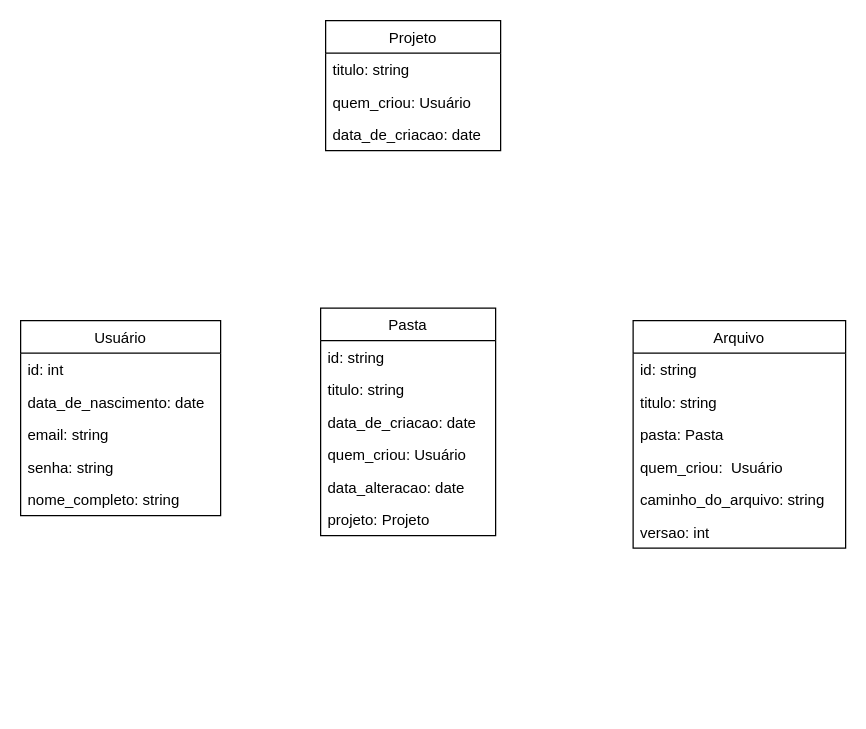
diaszin/GeD keeps this draw.io diagram as UML.drawio. Above is the earlier version. Source tidied: cells renumbered, new cells numbered last; positions are measured from the earlier drawing's top-left corner, leaving out a move shared by most shapes. Both pictures are drawn from the tidied source at 125%, with x=0, y=0 at pixel (20, 20).
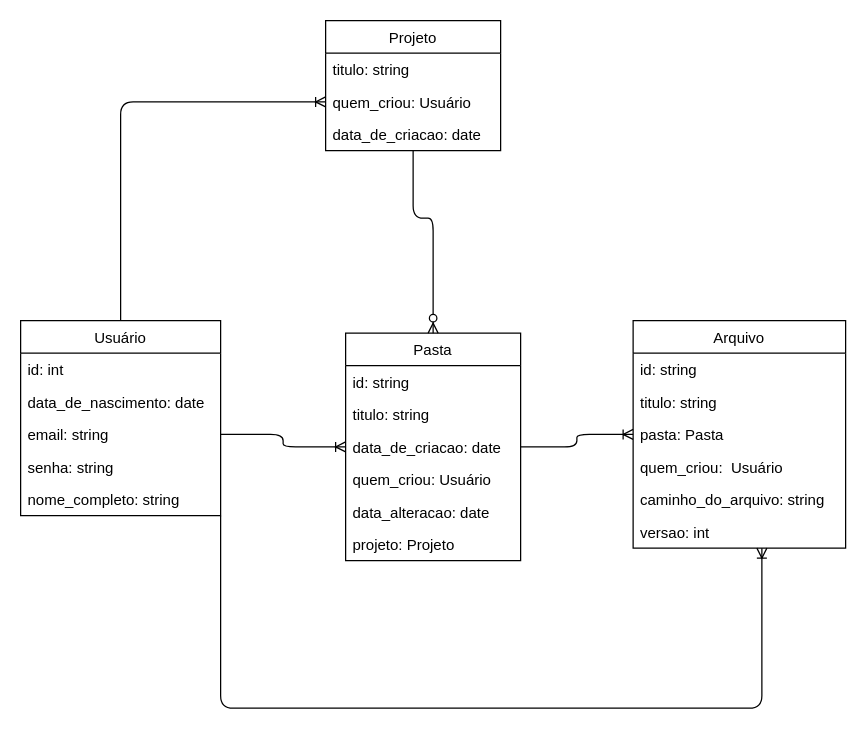
The same page after the edit.

Commit message:
Add relacionamento nas entidades

Unchanged cells that the change refers to:
```xml
<mxCell id="2" value="Usuário" style="swimlane;fontStyle=0;horizontal=1;startSize=26;fillColor=none;" parent="1" vertex="1">
  <mxGeometry y="240" width="160" height="156" as="geometry" />
</mxCell>
<mxCell id="5" value="email: string" style="text;strokeColor=none;fillColor=none;align=left;verticalAlign=top;spacingLeft=4;spacingRight=4;overflow=hidden;points=[[0,0.5],[1,0.5]];portConstraint=eastwest;" parent="2" vertex="1">
  <mxGeometry y="78" width="160" height="26" as="geometry" />
</mxCell>
<mxCell id="7" value="nome_completo: string" style="text;strokeColor=none;fillColor=none;align=left;verticalAlign=top;spacingLeft=4;spacingRight=4;overflow=hidden;points=[[0,0.5],[1,0.5]];portConstraint=eastwest;" parent="2" vertex="1">
  <mxGeometry y="130" width="160" height="26" as="geometry" />
</mxCell>
<mxCell id="11" value="data_de_criacao: date" style="text;strokeColor=none;fillColor=none;align=left;verticalAlign=top;spacingLeft=4;spacingRight=4;overflow=hidden;points=[[0,0.5],[1,0.5]];portConstraint=eastwest;" parent="8" vertex="1">
  <mxGeometry y="78" width="140" height="26" as="geometry" />
</mxCell>
<mxCell id="18" value="pasta: Pasta" style="text;strokeColor=none;fillColor=none;align=left;verticalAlign=top;spacingLeft=4;spacingRight=4;overflow=hidden;points=[[0,0.5],[1,0.5]];portConstraint=eastwest;" parent="15" vertex="1">
  <mxGeometry y="78" width="170" height="26" as="geometry" />
</mxCell>
<mxCell id="21" value="versao: int" style="text;strokeColor=none;fillColor=none;align=left;verticalAlign=top;spacingLeft=4;spacingRight=4;overflow=hidden;points=[[0,0.5],[1,0.5]];portConstraint=eastwest;" parent="15" vertex="1">
  <mxGeometry y="156" width="170" height="26" as="geometry" />
</mxCell>
<mxCell id="22" value="Projeto" style="swimlane;fontStyle=0;horizontal=1;startSize=26;fillColor=none;" parent="1" vertex="1">
  <mxGeometry x="244" width="140" height="104" as="geometry" />
</mxCell>
<mxCell id="24" value="quem_criou: Usuário" style="text;strokeColor=none;fillColor=none;align=left;verticalAlign=top;spacingLeft=4;spacingRight=4;overflow=hidden;points=[[0,0.5],[1,0.5]];portConstraint=eastwest;" parent="22" vertex="1">
  <mxGeometry y="52" width="140" height="26" as="geometry" />
</mxCell>
```

What changed in the source:
```diff
@@
+    <mxCell id="26" style="edgeStyle=orthogonalEdgeStyle;fontSize=11;html=1;endArrow=ERoneToMany;fontFamily=Helvetica;fontColor=default;align=center;strokeColor=default;" parent="1" edge="1" source="2" target="24">
+      <mxGeometry relative="1" as="geometry" />
+    </mxCell>
@@
     <mxCell id="8" value="Pasta" style="swimlane;fontStyle=0;horizontal=1;startSize=26;fillColor=none;" parent="1" vertex="1">
-      <mxGeometry x="240" y="230" width="140" height="182" as="geometry" />
+      <mxGeometry x="260" y="250" width="140" height="182" as="geometry" />
     </mxCell>
@@
+    <mxCell id="27" style="edgeStyle=orthogonalEdgeStyle;fontSize=11;html=1;endArrow=ERzeroToMany;endFill=1;fontFamily=Helvetica;fontColor=default;align=center;strokeColor=default;entryX=0.5;entryY=0;entryDx=0;entryDy=0;" parent="1" edge="1" source="22" target="8">
+      <mxGeometry relative="1" as="geometry">
+        <Array as="points">
+          <mxPoint x="314" y="158" />
+          <mxPoint x="330" y="158" />
+        </Array>
+      </mxGeometry>
+    </mxCell>
@@
+    <mxCell id="28" style="edgeStyle=orthogonalEdgeStyle;fontSize=11;html=1;endArrow=ERoneToMany;fontFamily=Helvetica;fontColor=default;align=center;strokeColor=default;" parent="1" edge="1" source="5" target="11">
+      <mxGeometry relative="1" as="geometry" />
+    </mxCell>
+    <mxCell id="29" style="edgeStyle=orthogonalEdgeStyle;fontSize=11;html=1;endArrow=ERoneToMany;fontFamily=Helvetica;fontColor=default;align=center;strokeColor=default;" parent="1" edge="1" source="7" target="21">
+      <mxGeometry relative="1" as="geometry">
+        <Array as="points">
+          <mxPoint x="160" y="550" />
+          <mxPoint x="593" y="550" />
+        </Array>
+      </mxGeometry>
+    </mxCell>
+    <mxCell id="30" style="edgeStyle=orthogonalEdgeStyle;fontSize=11;html=1;endArrow=ERoneToMany;fontFamily=Helvetica;fontColor=default;align=center;strokeColor=default;" parent="1" edge="1" source="11" target="18">
+      <mxGeometry relative="1" as="geometry" />
+    </mxCell>
```
